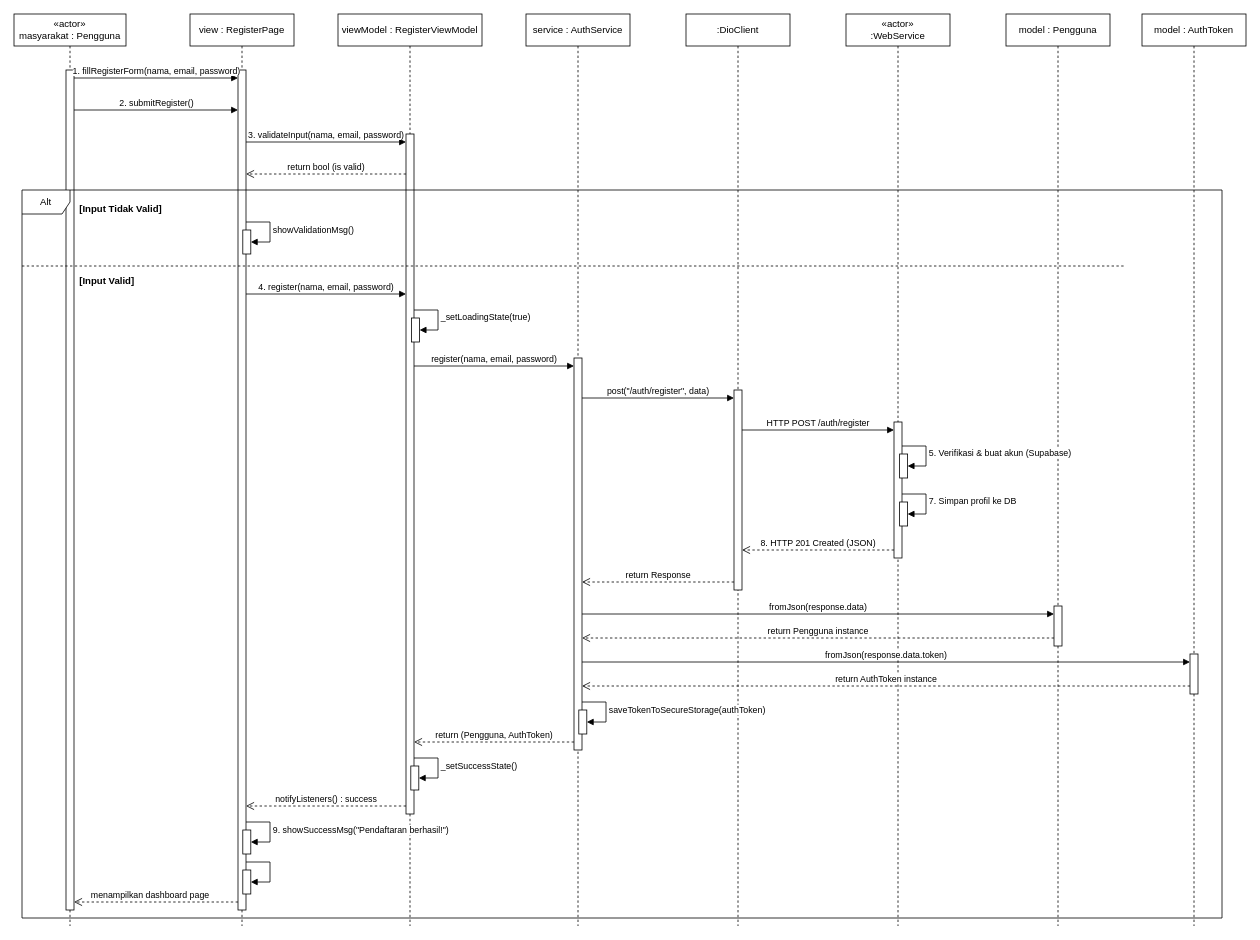
Before: docs/UML/sequence_diagram/SKPL-F-001.drawio in randy-ar/snap-notes-docs, a draw.io diagram. Source tidied: cells renumbered, new cells numbered last; positions are measured from the earlier drawing's top-left corner, leaving out a move shared by most shapes. Both pictures are drawn from the tidied source at 80%, with x=0, y=0 at pixel (14, 14).
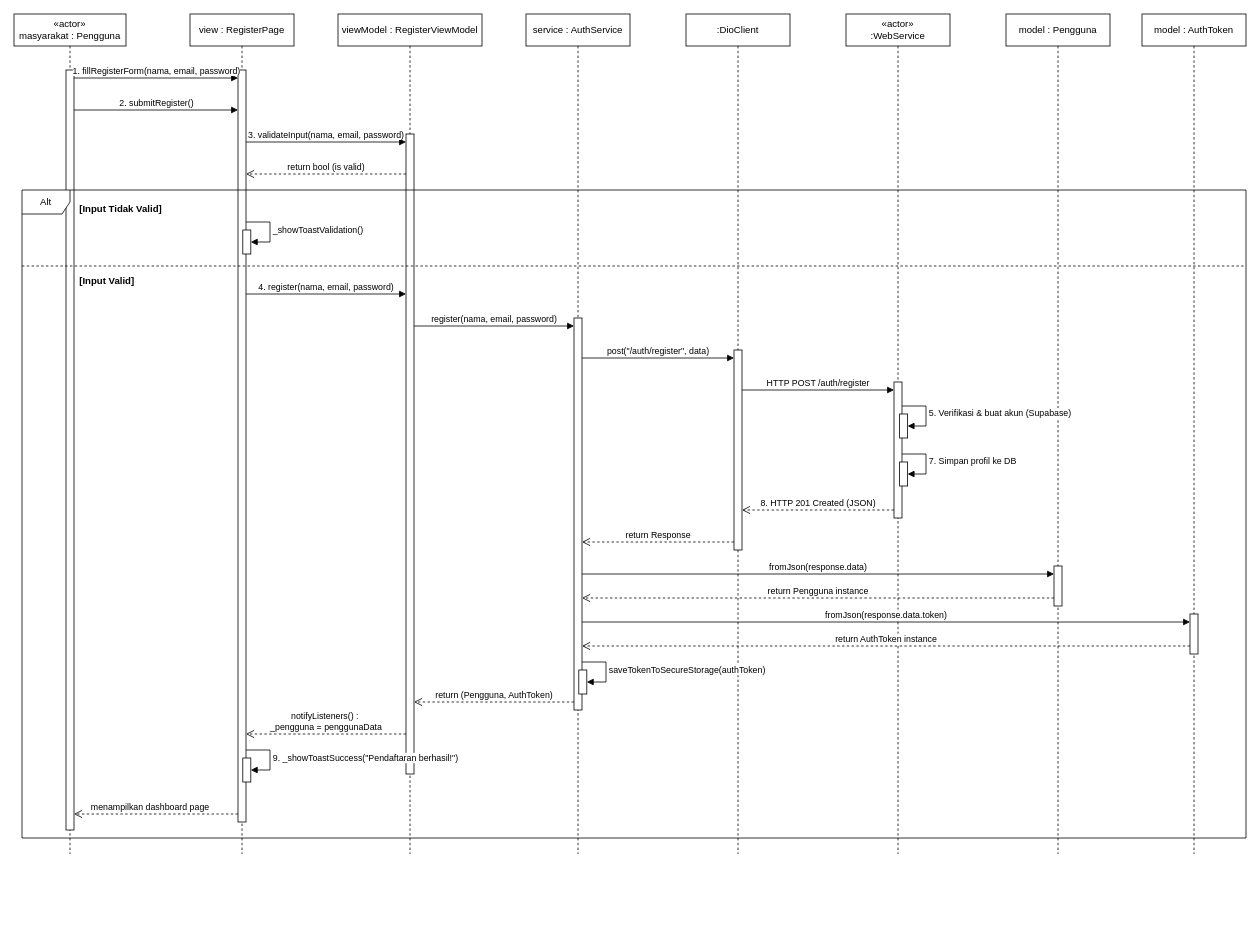
Above is the later version.

The change refers to these unchanged cells:
```xml
<mxCell id="26" style="html=1;points=[[0,0,0,0,5],[0,1,0,0,-5],[1,0,0,0,5],[1,1,0,0,-5]];perimeter=orthogonalPerimeter;outlineConnect=0;targetShapes=umlLifeline;portConstraint=eastwest;" parent="1" vertex="1">
  <mxGeometry x="286" y="270" width="10" height="30" as="geometry" />
</mxCell>
```

Change to the diagram source:
```diff
@@
     <mxCell id="2" value="«actor»&lt;br&gt;masyarakat : Pengguna" style="shape=umlLifeline;perimeter=lifelinePerimeter;whiteSpace=wrap;html=1;" parent="1" vertex="1">
-      <mxGeometry width="140" height="1140" as="geometry" />
+      <mxGeometry width="140" height="1050" as="geometry" />
     </mxCell>
     <mxCell id="3" style="html=1;perimeter=orthogonalPerimeter;targetShapes=umlLifeline;" parent="1" vertex="1">
-      <mxGeometry x="65" y="70" width="10" height="1050" as="geometry" />
+      <mxGeometry x="65" y="70" width="10" height="950" as="geometry" />
     </mxCell>
     <mxCell id="4" value="view : RegisterPage" style="shape=umlLifeline;perimeter=lifelinePerimeter;whiteSpace=wrap;html=1;" parent="1" vertex="1">
-      <mxGeometry x="220" width="130" height="1140" as="geometry" />
+      <mxGeometry x="220" width="130" height="1050" as="geometry" />
     </mxCell>
     <mxCell id="5" style="html=1;perimeter=orthogonalPerimeter;targetShapes=umlLifeline;" parent="1" vertex="1">
-      <mxGeometry x="280" y="70" width="10" height="1050" as="geometry" />
+      <mxGeometry x="280" y="70" width="10" height="940" as="geometry" />
     </mxCell>
     <mxCell id="6" value="viewModel : RegisterViewModel" style="shape=umlLifeline;perimeter=lifelinePerimeter;whiteSpace=wrap;html=1;" parent="1" vertex="1">
-      <mxGeometry x="405" width="180" height="1140" as="geometry" />
+      <mxGeometry x="405" width="180" height="1050" as="geometry" />
     </mxCell>
     <mxCell id="7" style="html=1;perimeter=orthogonalPerimeter;targetShapes=umlLifeline;" parent="1" vertex="1">
-      <mxGeometry x="490" y="150" width="10" height="850" as="geometry" />
+      <mxGeometry x="490" y="150" width="10" height="800" as="geometry" />
     </mxCell>
     <mxCell id="8" value="service : AuthService" style="shape=umlLifeline;perimeter=lifelinePerimeter;whiteSpace=wrap;html=1;" parent="1" vertex="1">
-      <mxGeometry x="640" width="130" height="1140" as="geometry" />
+      <mxGeometry x="640" width="130" height="1050" as="geometry" />
     </mxCell>
     <mxCell id="9" style="html=1;perimeter=orthogonalPerimeter;targetShapes=umlLifeline;" parent="1" vertex="1">
-      <mxGeometry x="700" y="430" width="10" height="490" as="geometry" />
+      <mxGeometry x="700" y="380" width="10" height="490" as="geometry" />
     </mxCell>
     <mxCell id="10" value=":DioClient" style="shape=umlLifeline;perimeter=lifelinePerimeter;whiteSpace=wrap;html=1;" parent="1" vertex="1">
-      <mxGeometry x="840" width="130" height="1140" as="geometry" />
+      <mxGeometry x="840" width="130" height="1050" as="geometry" />
     </mxCell>
     <mxCell id="11" style="html=1;perimeter=orthogonalPerimeter;targetShapes=umlLifeline;" parent="1" vertex="1">
-      <mxGeometry x="900" y="470" width="10" height="250" as="geometry" />
+      <mxGeometry x="900" y="420" width="10" height="250" as="geometry" />
     </mxCell>
     <mxCell id="12" value="&lt;div&gt;«actor»&lt;/div&gt;:WebService" style="shape=umlLifeline;perimeter=lifelinePerimeter;whiteSpace=wrap;html=1;" parent="1" vertex="1">
-      <mxGeometry x="1040" width="130" height="1140" as="geometry" />
+      <mxGeometry x="1040" width="130" height="1050" as="geometry" />
     </mxCell>
     <mxCell id="13" style="html=1;perimeter=orthogonalPerimeter;targetShapes=umlLifeline;" parent="1" vertex="1">
-      <mxGeometry x="1100" y="510" width="10" height="170" as="geometry" />
+      <mxGeometry x="1100" y="460" width="10" height="170" as="geometry" />
     </mxCell>
     <mxCell id="14" value="model : Pengguna" style="shape=umlLifeline;perimeter=lifelinePerimeter;whiteSpace=wrap;html=1;" parent="1" vertex="1">
-      <mxGeometry x="1240" width="130" height="1140" as="geometry" />
+      <mxGeometry x="1240" width="130" height="1050" as="geometry" />
     </mxCell>
     <mxCell id="15" style="html=1;perimeter=orthogonalPerimeter;targetShapes=umlLifeline;" parent="1" vertex="1">
-      <mxGeometry x="1300" y="740" width="10" height="50" as="geometry" />
+      <mxGeometry x="1300" y="690" width="10" height="50" as="geometry" />
     </mxCell>
     <mxCell id="16" value="model : AuthToken" style="shape=umlLifeline;perimeter=lifelinePerimeter;whiteSpace=wrap;html=1;" parent="1" vertex="1">
-      <mxGeometry x="1410" width="130" height="1140" as="geometry" />
+      <mxGeometry x="1410" width="130" height="1050" as="geometry" />
     </mxCell>
     <mxCell id="17" style="html=1;perimeter=orthogonalPerimeter;targetShapes=umlLifeline;" parent="1" vertex="1">
-      <mxGeometry x="1470" y="800" width="10" height="50" as="geometry" />
+      <mxGeometry x="1470" y="750" width="10" height="50" as="geometry" />
     </mxCell>
@@
     <mxCell id="22" value="Alt" style="shape=umlFrame;whiteSpace=wrap;html=1;width=60;height=30;" parent="1" vertex="1">
-      <mxGeometry x="10" y="220" width="1500" height="910" as="geometry" />
+      <mxGeometry x="10" y="220" width="1530" height="810" as="geometry" />
     </mxCell>
@@
     <mxCell id="24" style="line;strokeWidth=1;dashed=1;labelPosition=center;verticalLabelPosition=bottom;align=left;verticalAlign=top;spacingLeft=20;spacingTop=15;html=1;whiteSpace=wrap;" parent="22" vertex="1">
-      <mxGeometry y="90" width="1380" height="10" as="geometry" />
+      <mxGeometry y="90" width="1530" height="10" as="geometry" />
     </mxCell>
@@
-    <mxCell id="27" value="showValidationMsg()" style="html=1;align=left;spacingLeft=2;endArrow=block;rounded=0;edgeStyle=orthogonalEdgeStyle;" parent="1" edge="1" target="26">
+    <mxCell id="27" value="_showToastValidation()" style="html=1;align=left;spacingLeft=2;endArrow=block;rounded=0;edgeStyle=orthogonalEdgeStyle;" parent="1" edge="1" target="26">
       <mxGeometry relative="1" as="geometry">
         <mxPoint x="290" y="260" as="sourcePoint" />
         <Array as="points">
           <mxPoint x="320" y="260" />
           <mxPoint x="320" y="285" />
         </Array>
       </mxGeometry>
     </mxCell>
@@
-    <mxCell id="29" style="html=1;points=[[0,0,0,0,5],[0,1,0,0,-5],[1,0,0,0,5],[1,1,0,0,-5]];perimeter=orthogonalPerimeter;outlineConnect=0;targetShapes=umlLifeline;portConstraint=eastwest;" parent="1" vertex="1">
-      <mxGeometry x="497" y="380" width="10" height="30" as="geometry" />
-    </mxCell>
-    <mxCell id="30" value="_setLoadingState(true)" style="html=1;align=left;spacingLeft=2;endArrow=block;rounded=0;edgeStyle=orthogonalEdgeStyle;" parent="1" edge="1" target="29">
-      <mxGeometry relative="1" as="geometry">
-        <mxPoint x="500" y="370" as="sourcePoint" />
-        <Array as="points">
-          <mxPoint x="530" y="370" />
-          <mxPoint x="530" y="395" />
-        </Array>
-      </mxGeometry>
-    </mxCell>
     <mxCell id="31" value="register(nama, email, password)" style="html=1;verticalAlign=bottom;endArrow=block;" parent="1" edge="1">
       <mxGeometry relative="1" as="geometry">
-        <mxPoint x="500" y="440" as="sourcePoint" />
-        <mxPoint x="700" y="440" as="targetPoint" />
+        <mxPoint x="500" y="390" as="sourcePoint" />
+        <mxPoint x="700" y="390" as="targetPoint" />
       </mxGeometry>
     </mxCell>
     <mxCell id="32" value="post(&quot;/auth/register&quot;, data)" style="html=1;verticalAlign=bottom;endArrow=block;" parent="1" edge="1">
       <mxGeometry relative="1" as="geometry">
-        <mxPoint x="710" y="480" as="sourcePoint" />
-        <mxPoint x="900" y="480" as="targetPoint" />
+        <mxPoint x="710" y="430" as="sourcePoint" />
+        <mxPoint x="900" y="430" as="targetPoint" />
       </mxGeometry>
     </mxCell>
     <mxCell id="33" value="HTTP POST /auth/register" style="html=1;verticalAlign=bottom;endArrow=block;" parent="1" edge="1">
       <mxGeometry relative="1" as="geometry">
-        <mxPoint x="910" y="520" as="sourcePoint" />
-        <mxPoint x="1100" y="520" as="targetPoint" />
+        <mxPoint x="910" y="470" as="sourcePoint" />
+        <mxPoint x="1100" y="470" as="targetPoint" />
       </mxGeometry>
     </mxCell>
     <mxCell id="34" style="html=1;points=[[0,0,0,0,5],[0,1,0,0,-5],[1,0,0,0,5],[1,1,0,0,-5]];perimeter=orthogonalPerimeter;outlineConnect=0;targetShapes=umlLifeline;portConstraint=eastwest;" parent="1" vertex="1">
-      <mxGeometry x="1107" y="550" width="10" height="30" as="geometry" />
+      <mxGeometry x="1107" y="500" width="10" height="30" as="geometry" />
     </mxCell>
-    <mxCell id="35" value="5. Verifikasi &amp; buat akun (Supabase)" style="html=1;align=left;spacingLeft=2;endArrow=block;rounded=0;edgeStyle=orthogonalEdgeStyle;" parent="1" edge="1" target="34">
+    <mxCell id="35" value="5. Verifikasi &amp; buat akun (Supabase)" style="html=1;align=left;spacingLeft=2;endArrow=block;rounded=0;edgeStyle=orthogonalEdgeStyle;" parent="1" edge="1">
       <mxGeometry relative="1" as="geometry">
-        <mxPoint x="1110" y="540" as="sourcePoint" />
+        <mxPoint x="1110" y="490" as="sourcePoint" />
+        <mxPoint x="1117" y="515" as="targetPoint" />
         <Array as="points">
-          <mxPoint x="1140" y="540" />
-          <mxPoint x="1140" y="565" />
+          <mxPoint x="1140" y="490" />
+          <mxPoint x="1140" y="515" />
         </Array>
       </mxGeometry>
     </mxCell>
     <mxCell id="36" style="html=1;points=[[0,0,0,0,5],[0,1,0,0,-5],[1,0,0,0,5],[1,1,0,0,-5]];perimeter=orthogonalPerimeter;outlineConnect=0;targetShapes=umlLifeline;portConstraint=eastwest;" parent="1" vertex="1">
-      <mxGeometry x="1107" y="610" width="10" height="30" as="geometry" />
+      <mxGeometry x="1107" y="560" width="10" height="30" as="geometry" />
     </mxCell>
-    <mxCell id="37" value="7. Simpan profil ke DB" style="html=1;align=left;spacingLeft=2;endArrow=block;rounded=0;edgeStyle=orthogonalEdgeStyle;" parent="1" edge="1" target="36">
+    <mxCell id="37" value="7. Simpan profil ke DB" style="html=1;align=left;spacingLeft=2;endArrow=block;rounded=0;edgeStyle=orthogonalEdgeStyle;" parent="1" edge="1">
       <mxGeometry relative="1" as="geometry">
-        <mxPoint x="1110" y="600" as="sourcePoint" />
+        <mxPoint x="1110" y="550" as="sourcePoint" />
+        <mxPoint x="1117" y="575" as="targetPoint" />
         <Array as="points">
-          <mxPoint x="1140" y="600" />
-          <mxPoint x="1140" y="625" />
+          <mxPoint x="1140" y="550" />
+          <mxPoint x="1140" y="575" />
         </Array>
       </mxGeometry>
     </mxCell>
     <mxCell id="38" value="8. HTTP 201 Created (JSON)" style="html=1;verticalAlign=bottom;endArrow=open;dashed=1;endSize=8;" parent="1" edge="1">
       <mxGeometry relative="1" as="geometry">
-        <mxPoint x="1100" y="670" as="sourcePoint" />
-        <mxPoint x="910" y="670" as="targetPoint" />
+        <mxPoint x="1100" y="620" as="sourcePoint" />
+        <mxPoint x="910" y="620" as="targetPoint" />
       </mxGeometry>
     </mxCell>
     <mxCell id="39" value="return Response" style="html=1;verticalAlign=bottom;endArrow=open;dashed=1;endSize=8;" parent="1" edge="1">
       <mxGeometry relative="1" as="geometry">
-        <mxPoint x="900" y="710" as="sourcePoint" />
-        <mxPoint x="710" y="710" as="targetPoint" />
+        <mxPoint x="900" y="660" as="sourcePoint" />
+        <mxPoint x="710" y="660" as="targetPoint" />
       </mxGeometry>
     </mxCell>
     <mxCell id="40" value="fromJson(response.data)" style="html=1;verticalAlign=bottom;endArrow=block;" parent="1" edge="1">
       <mxGeometry relative="1" as="geometry">
-        <mxPoint x="710" y="750" as="sourcePoint" />
-        <mxPoint x="1300" y="750" as="targetPoint" />
+        <mxPoint x="710" y="700" as="sourcePoint" />
+        <mxPoint x="1300" y="700" as="targetPoint" />
       </mxGeometry>
     </mxCell>
     <mxCell id="41" value="return Pengguna instance" style="html=1;verticalAlign=bottom;endArrow=open;dashed=1;endSize=8;" parent="1" edge="1">
       <mxGeometry relative="1" as="geometry">
-        <mxPoint x="1300" y="780" as="sourcePoint" />
-        <mxPoint x="710" y="780" as="targetPoint" />
+        <mxPoint x="1300" y="730" as="sourcePoint" />
+        <mxPoint x="710" y="730" as="targetPoint" />
       </mxGeometry>
     </mxCell>
     <mxCell id="42" value="fromJson(response.data.token)" style="html=1;verticalAlign=bottom;endArrow=block;" parent="1" edge="1">
       <mxGeometry relative="1" as="geometry">
-        <mxPoint x="710" y="810" as="sourcePoint" />
-        <mxPoint x="1470" y="810" as="targetPoint" />
+        <mxPoint x="710" y="760" as="sourcePoint" />
+        <mxPoint x="1470" y="760" as="targetPoint" />
       </mxGeometry>
     </mxCell>
     <mxCell id="43" value="return AuthToken instance" style="html=1;verticalAlign=bottom;endArrow=open;dashed=1;endSize=8;" parent="1" edge="1">
       <mxGeometry relative="1" as="geometry">
-        <mxPoint x="1470" y="840" as="sourcePoint" />
-        <mxPoint x="710" y="840" as="targetPoint" />
+        <mxPoint x="1470" y="790" as="sourcePoint" />
+        <mxPoint x="710" y="790" as="targetPoint" />
       </mxGeometry>
     </mxCell>
     <mxCell id="44" style="html=1;points=[[0,0,0,0,5],[0,1,0,0,-5],[1,0,0,0,5],[1,1,0,0,-5]];perimeter=orthogonalPerimeter;outlineConnect=0;targetShapes=umlLifeline;portConstraint=eastwest;" parent="1" vertex="1">
-      <mxGeometry x="706" y="870" width="10" height="30" as="geometry" />
+      <mxGeometry x="706" y="820" width="10" height="30" as="geometry" />
     </mxCell>
     <mxCell id="45" value="saveTokenToSecureStorage(authToken)" style="html=1;align=left;spacingLeft=2;endArrow=block;rounded=0;edgeStyle=orthogonalEdgeStyle;" parent="1" edge="1" target="44">
       <mxGeometry relative="1" as="geometry">
-        <mxPoint x="710" y="860" as="sourcePoint" />
+        <mxPoint x="710" y="810" as="sourcePoint" />
         <Array as="points">
-          <mxPoint x="740" y="860" />
-          <mxPoint x="740" y="885" />
+          <mxPoint x="740" y="810" />
+          <mxPoint x="740" y="835" />
         </Array>
       </mxGeometry>
     </mxCell>
     <mxCell id="46" value="return (Pengguna, AuthToken)" style="html=1;verticalAlign=bottom;endArrow=open;dashed=1;endSize=8;" parent="1" edge="1">
       <mxGeometry relative="1" as="geometry">
-        <mxPoint x="700" y="910" as="sourcePoint" />
-        <mxPoint x="500" y="910" as="targetPoint" />
+        <mxPoint x="700" y="860" as="sourcePoint" />
+        <mxPoint x="500" y="860" as="targetPoint" />
       </mxGeometry>
     </mxCell>
-    <mxCell id="47" style="html=1;points=[[0,0,0,0,5],[0,1,0,0,-5],[1,0,0,0,5],[1,1,0,0,-5]];perimeter=orthogonalPerimeter;outlineConnect=0;targetShapes=umlLifeline;portConstraint=eastwest;" parent="1" vertex="1">
-      <mxGeometry x="496" y="940" width="10" height="30" as="geometry" />
-    </mxCell>
-    <mxCell id="48" value="_setSuccessState()" style="html=1;align=left;spacingLeft=2;endArrow=block;rounded=0;edgeStyle=orthogonalEdgeStyle;" parent="1" edge="1" target="47">
-      <mxGeometry relative="1" as="geometry">
-        <mxPoint x="500" y="930" as="sourcePoint" />
-        <Array as="points">
-          <mxPoint x="530" y="930" />
-          <mxPoint x="530" y="955" />
-        </Array>
-      </mxGeometry>
-    </mxCell>
     <mxCell id="49" style="html=1;points=[[0,0,0,0,5],[0,1,0,0,-5],[1,0,0,0,5],[1,1,0,0,-5]];perimeter=orthogonalPerimeter;outlineConnect=0;targetShapes=umlLifeline;portConstraint=eastwest;" parent="1" vertex="1">
-      <mxGeometry x="286" y="1020" width="10" height="30" as="geometry" />
+      <mxGeometry x="286" y="930" width="10" height="30" as="geometry" />
     </mxCell>
-    <mxCell id="50" value="9. showSuccessMsg(&quot;Pendaftaran berhasil!&quot;)" style="html=1;align=left;spacingLeft=2;endArrow=block;rounded=0;edgeStyle=orthogonalEdgeStyle;" parent="1" edge="1" target="49">
+    <mxCell id="50" value="9. _showToastSuccess(&quot;Pendaftaran berhasil!&quot;)" style="html=1;align=left;spacingLeft=2;endArrow=block;rounded=0;edgeStyle=orthogonalEdgeStyle;" parent="1" edge="1" target="49">
       <mxGeometry relative="1" as="geometry">
-        <mxPoint x="290" y="1010" as="sourcePoint" />
+        <mxPoint x="290" y="920" as="sourcePoint" />
         <Array as="points">
-          <mxPoint x="320" y="1010" />
-          <mxPoint x="320" y="1035" />
+          <mxPoint x="320" y="920" />
+          <mxPoint x="320" y="945" />
         </Array>
       </mxGeometry>
     </mxCell>
-    <mxCell id="51" style="html=1;points=[[0,0,0,0,5],[0,1,0,0,-5],[1,0,0,0,5],[1,1,0,0,-5]];perimeter=orthogonalPerimeter;outlineConnect=0;targetShapes=umlLifeline;portConstraint=eastwest;" parent="1" vertex="1">
-      <mxGeometry x="286" y="1070" width="10" height="30" as="geometry" />
-    </mxCell>
-    <mxCell id="52" value=" " style="html=1;align=left;spacingLeft=2;endArrow=block;rounded=0;edgeStyle=orthogonalEdgeStyle;" parent="1" edge="1" target="51">
-      <mxGeometry relative="1" as="geometry">
-        <mxPoint x="290" y="1060" as="sourcePoint" />
-        <Array as="points">
-          <mxPoint x="320" y="1060" />
-          <mxPoint x="320" y="1085" />
-        </Array>
-      </mxGeometry>
-    </mxCell>
-    <mxCell id="53" value="notifyListeners() : success" style="html=1;verticalAlign=bottom;endArrow=open;dashed=1;endSize=8;" parent="1" edge="1">
+    <mxCell id="53" value="notifyListeners() :&amp;nbsp;&lt;div&gt;_pengguna = penggunaData&lt;/div&gt;" style="html=1;verticalAlign=bottom;endArrow=open;dashed=1;endSize=8;" parent="1" edge="1">
       <mxGeometry relative="1" as="geometry">
-        <mxPoint x="490" y="990" as="sourcePoint" />
-        <mxPoint x="290" y="990" as="targetPoint" />
+        <mxPoint x="490" y="900" as="sourcePoint" />
+        <mxPoint x="290" y="900" as="targetPoint" />
       </mxGeometry>
     </mxCell>
     <mxCell id="54" value="menampilkan dashboard page" style="html=1;verticalAlign=bottom;endArrow=open;dashed=1;endSize=8;" parent="1" edge="1">
       <mxGeometry x="0.07" relative="1" as="geometry">
-        <mxPoint x="280" y="1110" as="sourcePoint" />
-        <mxPoint x="75" y="1110" as="targetPoint" />
+        <mxPoint x="280" y="1000" as="sourcePoint" />
+        <mxPoint x="75" y="1000" as="targetPoint" />
       </mxGeometry>
     </mxCell>
```
